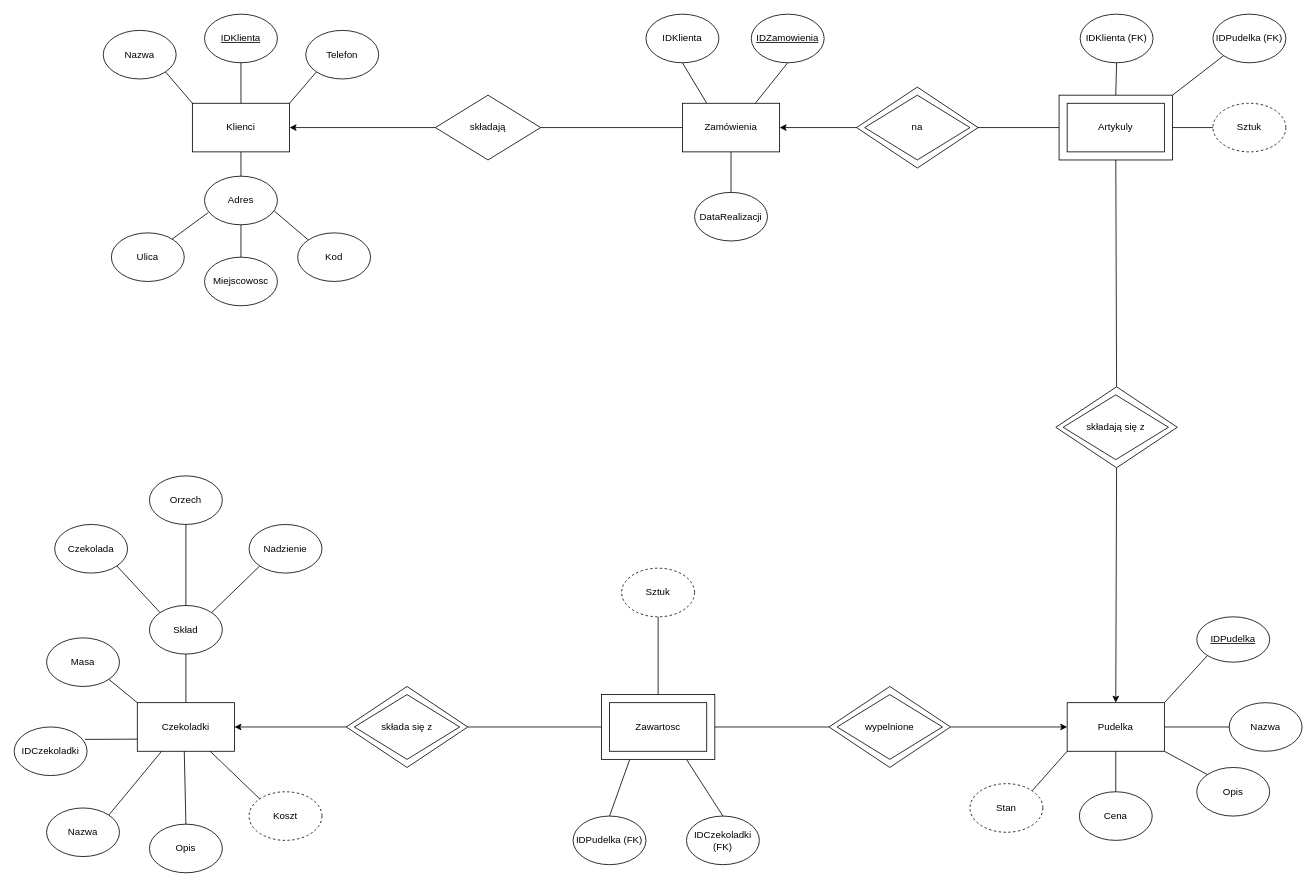
Earlier version of the draw.io diagram cw1_zad4.drawio (jniktw/bazydanychGIN). Source tidied: cells renumbered, new cells numbered last; positions are measured from the earlier drawing's top-left corner, leaving out a move shared by most shapes. Both pictures are drawn from the tidied source at 81%, with x=0, y=0 at pixel (14, 14).
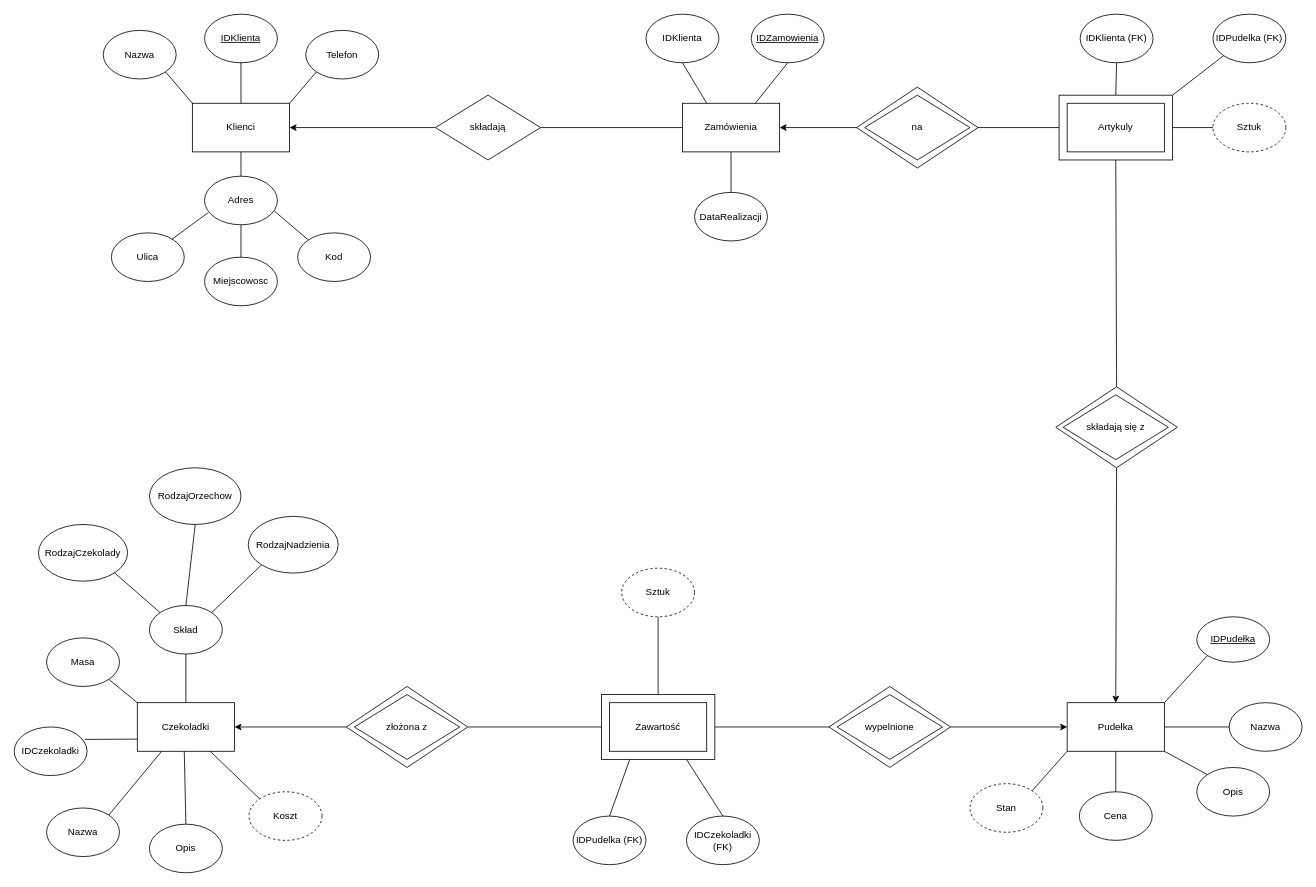
The same diagram, later.

The edit, as a diff of the source:
```diff
@@
-    <mxCell id="39" value="&lt;u&gt;IDPudelka&lt;/u&gt;" style="ellipse;whiteSpace=wrap;html=1;" parent="1" vertex="1">
+    <mxCell id="39" value="&lt;u&gt;IDPudełka&lt;/u&gt;" style="ellipse;whiteSpace=wrap;html=1;" parent="1" vertex="1">
       <mxGeometry x="1460" y="744" width="90" height="56" as="geometry" />
     </mxCell>
@@
-    <mxCell id="60" value="Nadzienie" style="ellipse;whiteSpace=wrap;html=1;" parent="1" vertex="1">
-      <mxGeometry x="290" y="630" width="90" height="60" as="geometry" />
+    <mxCell id="60" value="RodzajNadzienia" style="ellipse;whiteSpace=wrap;html=1;" parent="1" vertex="1">
+      <mxGeometry x="289" y="620" width="111" height="70" as="geometry" />
     </mxCell>
-    <mxCell id="61" value="Orzech" style="ellipse;whiteSpace=wrap;html=1;" parent="1" vertex="1">
-      <mxGeometry x="167" y="570" width="90" height="60" as="geometry" />
+    <mxCell id="61" value="RodzajOrzechow" style="ellipse;whiteSpace=wrap;html=1;" parent="1" vertex="1">
+      <mxGeometry x="167" y="560" width="113" height="70" as="geometry" />
     </mxCell>
-    <mxCell id="62" value="Czekolada" style="ellipse;whiteSpace=wrap;html=1;" parent="1" vertex="1">
-      <mxGeometry x="50" y="630" width="90" height="60" as="geometry" />
+    <mxCell id="62" value="RodzajCzekolady" style="ellipse;whiteSpace=wrap;html=1;" parent="1" vertex="1">
+      <mxGeometry x="30" y="630" width="110" height="70" as="geometry" />
     </mxCell>
@@
-    <mxCell id="76" value="Pudelka" style="rounded=0;whiteSpace=wrap;html=1;" parent="1" vertex="1">
+    <mxCell id="76" value="Pudełka" style="rounded=0;whiteSpace=wrap;html=1;" parent="1" vertex="1">
       <mxGeometry x="1300" y="850" width="120" height="60" as="geometry" />
     </mxCell>
@@
-    <mxCell id="79" value="Zawartosc" style="rounded=0;whiteSpace=wrap;html=1;" parent="1" vertex="1">
+    <mxCell id="79" value="Zawartość" style="rounded=0;whiteSpace=wrap;html=1;" parent="1" vertex="1">
       <mxGeometry x="735" y="850" width="120" height="60" as="geometry" />
     </mxCell>
@@
-    <mxCell id="85" value="składa się z" style="rhombus;whiteSpace=wrap;html=1;" parent="1" vertex="1">
+    <mxCell id="85" value="złożona z" style="rhombus;whiteSpace=wrap;html=1;" parent="1" vertex="1">
       <mxGeometry x="420" y="840" width="130" height="80" as="geometry" />
     </mxCell>
```
